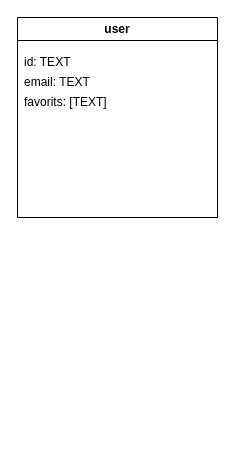
The draw.io diagram bookapp.drawio in chingu-voyages/v45-tier3-team-37, before the edit. Source tidied: cells renumbered, new cells numbered last; positions are measured from the earlier drawing's top-left corner, leaving out a move shared by most shapes. Both pictures are drawn from the tidied source at 100%, with x=0, y=0 at pixel (17, 17).
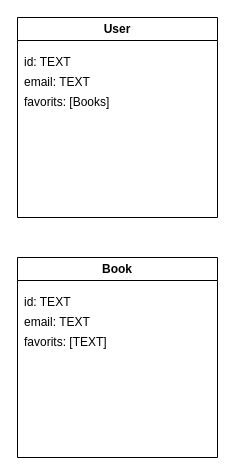
After the change.

Change to the diagram source:
```diff
@@
 <mxGraphModel>
   <root>
     <mxCell id="0" />
     <mxCell id="1" parent="0" />
-    <mxCell id="2" value="user" style="swimlane;whiteSpace=wrap;html=1;" parent="1" vertex="1">
+    <mxCell id="2" value="User" style="swimlane;whiteSpace=wrap;html=1;startSize=23;" parent="1" vertex="1">
       <mxGeometry width="200" height="200" as="geometry" />
     </mxCell>
     <mxCell id="3" value="id: TEXT" style="text;html=1;align=left;verticalAlign=middle;strokeColor=none;fillColor=none;" parent="2" vertex="1">
       <mxGeometry x="5" y="30" width="70" height="30" as="geometry" />
     </mxCell>
     <mxCell id="4" value="email: TEXT" style="text;html=1;align=left;verticalAlign=middle;strokeColor=none;fillColor=none;" parent="2" vertex="1">
       <mxGeometry x="5" y="50" width="90" height="30" as="geometry" />
     </mxCell>
-    <mxCell id="5" value="favorits: [TEXT]" style="text;html=1;align=left;verticalAlign=middle;strokeColor=none;fillColor=none;" parent="2" vertex="1">
+    <mxCell id="5" value="favorits: [Books]" style="text;html=1;align=left;verticalAlign=middle;strokeColor=none;fillColor=none;" parent="2" vertex="1">
       <mxGeometry x="5" y="70" width="110" height="30" as="geometry" />
     </mxCell>
+    <mxCell id="6" value="Book" style="swimlane;whiteSpace=wrap;html=1;" parent="1" vertex="1">
+      <mxGeometry y="240" width="200" height="200" as="geometry" />
+    </mxCell>
+    <mxCell id="7" value="id: TEXT" style="text;html=1;align=left;verticalAlign=middle;strokeColor=none;fillColor=none;" parent="6" vertex="1">
+      <mxGeometry x="5" y="30" width="70" height="30" as="geometry" />
+    </mxCell>
+    <mxCell id="8" value="email: TEXT" style="text;html=1;align=left;verticalAlign=middle;strokeColor=none;fillColor=none;" parent="6" vertex="1">
+      <mxGeometry x="5" y="50" width="90" height="30" as="geometry" />
+    </mxCell>
+    <mxCell id="9" value="favorits: [TEXT]" style="text;html=1;align=left;verticalAlign=middle;strokeColor=none;fillColor=none;" parent="6" vertex="1">
+      <mxGeometry x="5" y="70" width="110" height="30" as="geometry" />
+    </mxCell>
   </root>
 </mxGraphModel>
```
